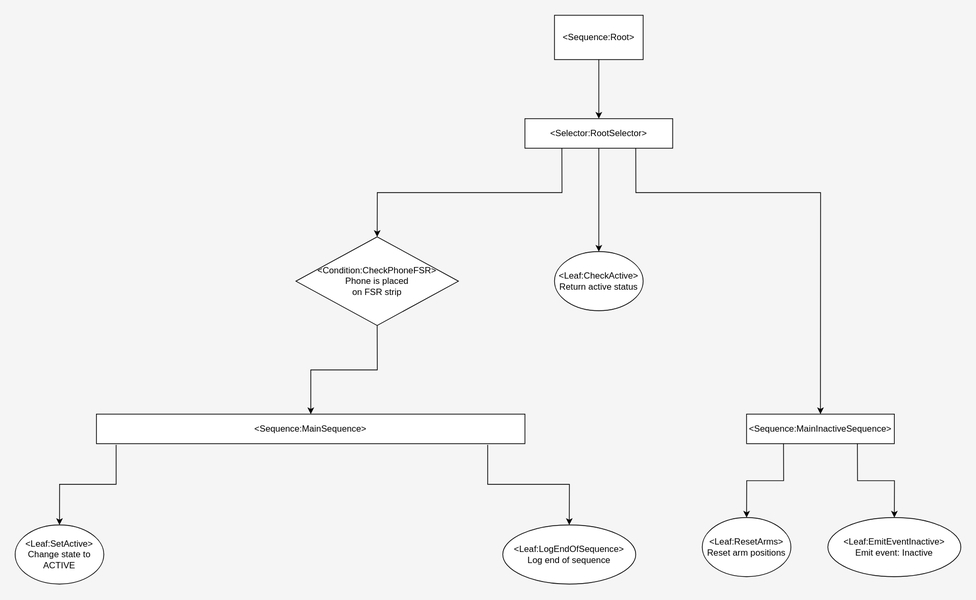
Above: docs/behavior-model.svg in massivebugs/telebyte-robot (draw.io), before the change. Source tidied: cells renumbered, new cells last; positions are measured from the earlier drawing's top-left corner, leaving out a move shared by most shapes.
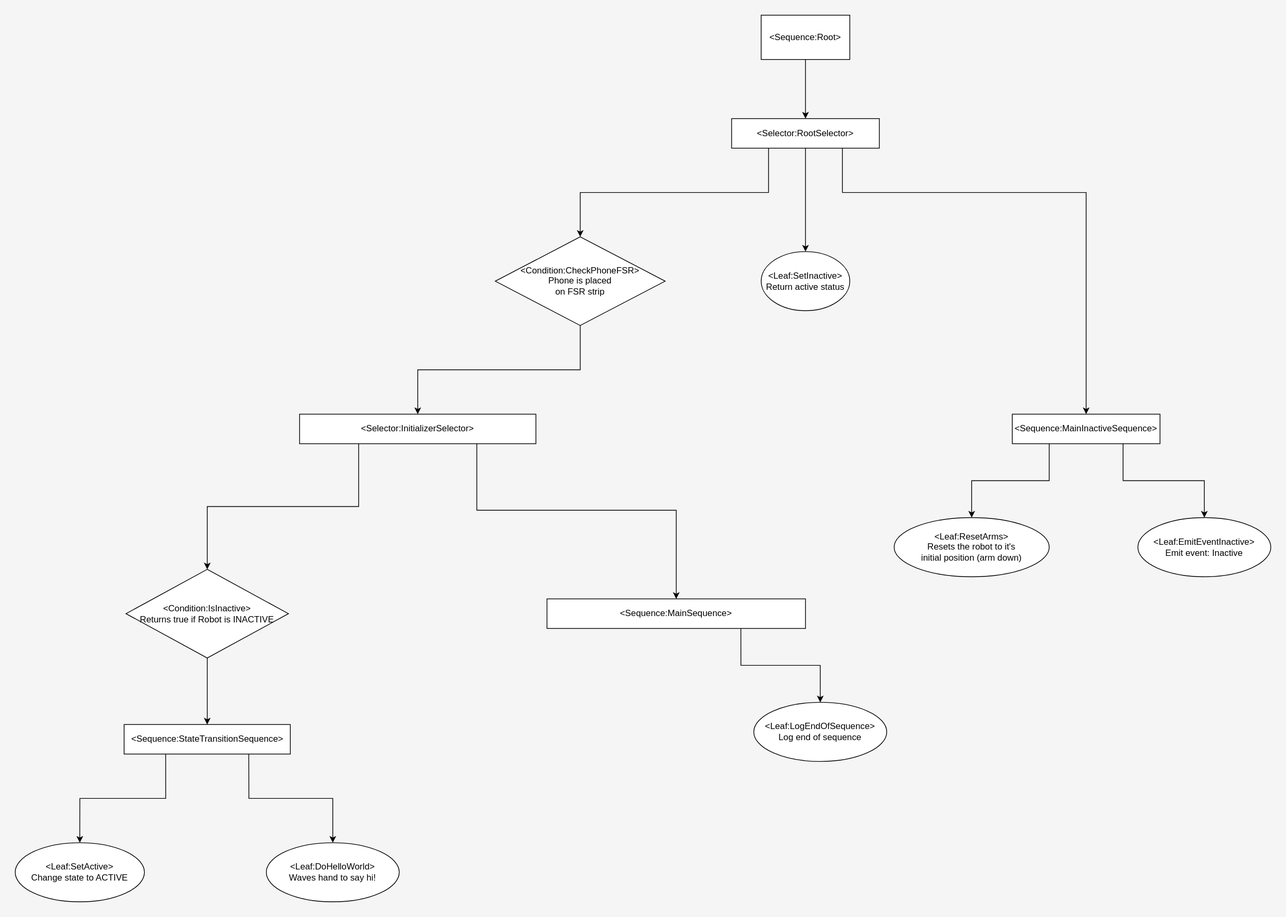
Later version of the same file.

Commit message:
Add Animation loop/repeats, alternation and sequences + adjust behavior logic.

What changed in the source:
```diff
@@ -12,7 +12,7 @@
       <mxGeometry relative="1" as="geometry">
         <Array as="points">
           <mxPoint x="840" y="240" />
-          <mxPoint x="1090" y="240" />
+          <mxPoint x="1170" y="240" />
         </Array>
       </mxGeometry>
     </mxCell>
@@ -26,7 +26,7 @@
       <mxGeometry relative="1" as="geometry" />
     </mxCell>
     <mxCell id="8" value="&amp;lt;Sequence:MainInactiveSequence&amp;gt;" style="rounded=0;whiteSpace=wrap;html=1;" parent="1" vertex="1">
-      <mxGeometry x="990" y="540" width="200" height="40" as="geometry" />
+      <mxGeometry x="1070" y="540" width="200" height="40" as="geometry" />
     </mxCell>
     <mxCell id="9" style="edgeStyle=orthogonalEdgeStyle;rounded=0;html=1;exitX=0.5;exitY=1;exitDx=0;exitDy=0;entryX=0.5;entryY=0;entryDx=0;entryDy=0;" parent="1" edge="1" source="10" target="5">
       <mxGeometry relative="1" as="geometry" />
@@ -34,35 +34,64 @@
     <mxCell id="10" value="&amp;lt;Sequence:Root&amp;gt;" style="rounded=0;whiteSpace=wrap;html=1;" parent="1" vertex="1">
       <mxGeometry x="730" width="120" height="60" as="geometry" />
     </mxCell>
-    <mxCell id="11" value="&amp;lt;Leaf:ResetArms&amp;gt;&lt;br&gt;Reset arm positions" style="ellipse;whiteSpace=wrap;html=1;" parent="1" vertex="1">
-      <mxGeometry x="930" y="680" width="120" height="80" as="geometry" />
+    <mxCell id="11" value="&amp;lt;Leaf:ResetArms&amp;gt;&lt;br&gt;Resets the robot to it's&lt;br&gt;initial position (arm down)" style="ellipse;whiteSpace=wrap;html=1;" parent="1" vertex="1">
+      <mxGeometry x="910" y="680" width="210" height="80" as="geometry" />
     </mxCell>
     <mxCell id="12" value="&amp;lt;Leaf:EmitEventInactive&amp;gt;&lt;br&gt;Emit event: Inactive" style="ellipse;whiteSpace=wrap;html=1;" parent="1" vertex="1">
-      <mxGeometry x="1100" y="680" width="180" height="80" as="geometry" />
+      <mxGeometry x="1240" y="680" width="180" height="80" as="geometry" />
     </mxCell>
-    <mxCell id="13" style="edgeStyle=orthogonalEdgeStyle;rounded=0;html=1;exitX=0.5;exitY=1;exitDx=0;exitDy=0;" parent="1" edge="1" source="14" target="18">
-      <mxGeometry relative="1" as="geometry" />
-    </mxCell>
+    <mxCell id="21" style="edgeStyle=orthogonalEdgeStyle;rounded=0;html=1;exitX=0.5;exitY=1;exitDx=0;exitDy=0;entryX=0.5;entryY=0;entryDx=0;entryDy=0;" parent="1" edge="1" source="14" target="28">
+      <mxGeometry relative="1" as="geometry" />
+    </mxCell>
     <mxCell id="14" value="&amp;lt;Condition:CheckPhoneFSR&amp;gt;&lt;br&gt;Phone is placed&lt;br&gt;on FSR strip" style="rhombus;whiteSpace=wrap;html=1;" parent="1" vertex="1">
-      <mxGeometry x="380" y="300" width="220" height="120" as="geometry" />
+      <mxGeometry x="370" y="300" width="230" height="120" as="geometry" />
     </mxCell>
-    <mxCell id="15" value="&amp;lt;Leaf:CheckActive&amp;gt;&lt;br&gt;Return active status" style="ellipse;whiteSpace=wrap;html=1;" parent="1" vertex="1">
+    <mxCell id="15" value="&amp;lt;Leaf:SetInactive&amp;gt;&lt;br&gt;Return active status" style="ellipse;whiteSpace=wrap;html=1;" parent="1" vertex="1">
       <mxGeometry x="730" y="320" width="120" height="80" as="geometry" />
     </mxCell>
     <mxCell id="16" value="&amp;lt;Leaf:SetActive&amp;gt;&lt;br&gt;Change state to ACTIVE" style="ellipse;whiteSpace=wrap;html=1;" parent="1" vertex="1">
-      <mxGeometry y="690" width="120" height="80" as="geometry" />
+      <mxGeometry x="-280" y="1120" width="175" height="80" as="geometry" />
     </mxCell>
-    <mxCell id="17" style="edgeStyle=orthogonalEdgeStyle;rounded=0;html=1;exitX=0.046;exitY=1.039;exitDx=0;exitDy=0;entryX=0.5;entryY=0;entryDx=0;entryDy=0;exitPerimeter=0;" parent="1" edge="1" source="18" target="16">
-      <mxGeometry relative="1" as="geometry" />
-    </mxCell>
+    <mxCell id="22" style="edgeStyle=orthogonalEdgeStyle;html=1;exitX=0.25;exitY=1;exitDx=0;exitDy=0;entryX=0.5;entryY=0;entryDx=0;entryDy=0;rounded=0;" parent="1" edge="1" source="30" target="16">
+      <mxGeometry relative="1" as="geometry" />
+    </mxCell>
     <mxCell id="18" value="&amp;lt;Sequence:MainSequence&amp;gt;" style="rounded=0;whiteSpace=wrap;html=1;" parent="1" vertex="1">
-      <mxGeometry x="110" y="540" width="580" height="40" as="geometry" />
+      <mxGeometry x="440" y="790" width="350" height="40" as="geometry" />
     </mxCell>
     <mxCell id="19" value="&amp;lt;Leaf:LogEndOfSequence&amp;gt;&lt;br&gt;Log end of sequence" style="ellipse;whiteSpace=wrap;html=1;" parent="1" vertex="1">
-      <mxGeometry x="660" y="690" width="180" height="80" as="geometry" />
+      <mxGeometry x="720" y="930" width="180" height="80" as="geometry" />
     </mxCell>
-    <mxCell id="20" style="edgeStyle=orthogonalEdgeStyle;rounded=0;html=1;exitX=0.913;exitY=1.039;exitDx=0;exitDy=0;entryX=0.5;entryY=0;entryDx=0;entryDy=0;exitPerimeter=0;" parent="1" edge="1" source="18" target="19">
+    <mxCell id="20" style="rounded=0;html=1;exitX=0.75;exitY=1;exitDx=0;exitDy=0;entryX=0.5;entryY=0;entryDx=0;entryDy=0;edgeStyle=orthogonalEdgeStyle;" parent="1" edge="1" source="18" target="19">
       <mxGeometry relative="1" as="geometry" />
     </mxCell>
+    <mxCell id="23" value="&amp;lt;Leaf:DoHelloWorld&amp;gt;&lt;br&gt;Waves hand to say hi!" style="ellipse;whiteSpace=wrap;html=1;" parent="1" vertex="1">
+      <mxGeometry x="60" y="1120" width="180" height="80" as="geometry" />
+    </mxCell>
+    <mxCell id="24" style="edgeStyle=orthogonalEdgeStyle;rounded=0;html=1;exitX=0.5;exitY=1;exitDx=0;exitDy=0;entryX=0.5;entryY=0;entryDx=0;entryDy=0;" parent="1" edge="1" source="25" target="30">
+      <mxGeometry relative="1" as="geometry" />
+    </mxCell>
+    <mxCell id="25" value="&amp;lt;Condition:IsInactive&amp;gt;&lt;br&gt;Returns true if Robot is INACTIVE" style="rhombus;whiteSpace=wrap;html=1;" parent="1" vertex="1">
+      <mxGeometry x="-130" y="750" width="220" height="120" as="geometry" />
+    </mxCell>
+    <mxCell id="26" style="edgeStyle=orthogonalEdgeStyle;rounded=0;html=1;exitX=0.25;exitY=1;exitDx=0;exitDy=0;entryX=0.5;entryY=0;entryDx=0;entryDy=0;" parent="1" edge="1" source="28" target="25">
+      <mxGeometry relative="1" as="geometry" />
+    </mxCell>
+    <mxCell id="27" style="edgeStyle=orthogonalEdgeStyle;rounded=0;html=1;exitX=0.75;exitY=1;exitDx=0;exitDy=0;entryX=0.5;entryY=0;entryDx=0;entryDy=0;" parent="1" edge="1" source="28" target="18">
+      <mxGeometry relative="1" as="geometry">
+        <Array as="points">
+          <mxPoint x="345" y="670" />
+          <mxPoint x="615" y="670" />
+        </Array>
+      </mxGeometry>
+    </mxCell>
+    <mxCell id="28" value="&amp;lt;Selector:InitializerSelector&amp;gt;" style="rounded=0;whiteSpace=wrap;html=1;" parent="1" vertex="1">
+      <mxGeometry x="105" y="540" width="320" height="40" as="geometry" />
+    </mxCell>
+    <mxCell id="29" style="edgeStyle=orthogonalEdgeStyle;rounded=0;html=1;exitX=0.75;exitY=1;exitDx=0;exitDy=0;entryX=0.5;entryY=0;entryDx=0;entryDy=0;" parent="1" edge="1" source="30" target="23">
+      <mxGeometry relative="1" as="geometry" />
+    </mxCell>
+    <mxCell id="30" value="&amp;lt;Sequence:StateTransitionSequence&amp;gt;" style="rounded=0;whiteSpace=wrap;html=1;" parent="1" vertex="1">
+      <mxGeometry x="-132.5" y="960" width="225" height="40" as="geometry" />
+    </mxCell>
   </root>
 </mxGraphModel>
```
